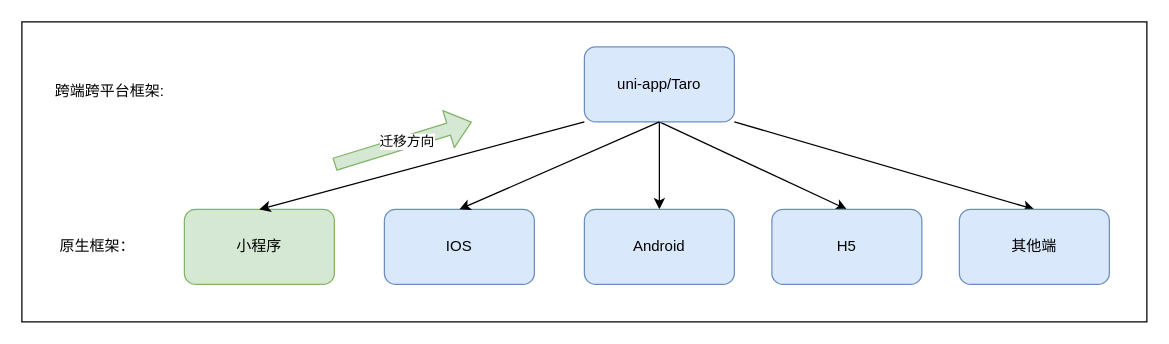
Above: Untitled Diagram1.drawio in lshunran/drawIO (draw.io), before the change. Source tidied: cells renumbered, new cells numbered last; positions are measured from the earlier drawing's top-left corner, leaving out a move shared by most shapes. Both pictures are drawn from the tidied source at 125%, with x=0, y=0 at pixel (21, 21).
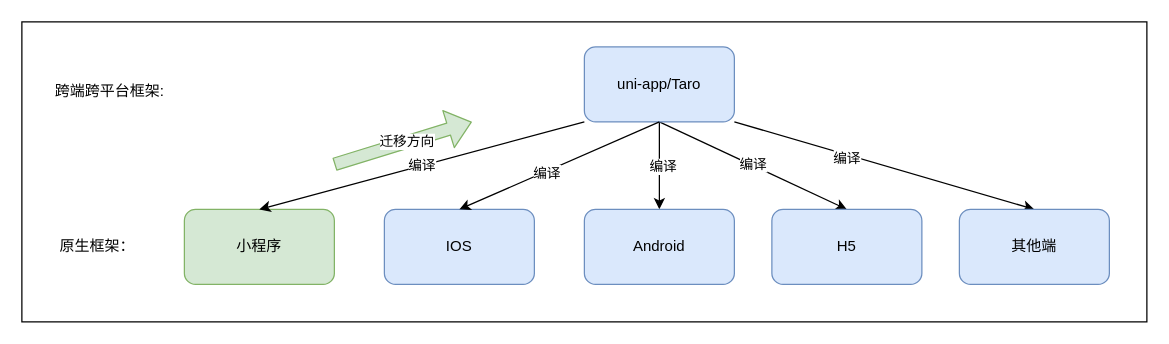
The same page after the edit.

The change refers to these unchanged cells:
```xml
<mxCell id="3" style="edgeStyle=none;rounded=0;jettySize=auto;html=1;" parent="1" edge="1" source="6" target="8">
  <mxGeometry relative="1" as="geometry" />
</mxCell>
<mxCell id="4" style="edgeStyle=none;rounded=0;jettySize=auto;html=1;exitX=0.5;exitY=1;exitDx=0;exitDy=0;entryX=0.5;entryY=0;entryDx=0;entryDy=0;" parent="1" edge="1" source="6" target="10">
  <mxGeometry relative="1" as="geometry" />
</mxCell>
<mxCell id="5" style="edgeStyle=none;rounded=0;jettySize=auto;html=1;exitX=1;exitY=1;exitDx=0;exitDy=0;entryX=0.5;entryY=0;entryDx=0;entryDy=0;" parent="1" edge="1" source="6" target="11">
  <mxGeometry relative="1" as="geometry" />
</mxCell>
<mxCell id="16" style="rounded=0;jettySize=auto;html=1;exitX=0;exitY=1;exitDx=0;exitDy=0;entryX=0.5;entryY=0;entryDx=0;entryDy=0;" parent="1" edge="1" source="6" target="7">
  <mxGeometry relative="1" as="geometry" />
</mxCell>
<mxCell id="17" style="edgeStyle=none;rounded=0;jettySize=auto;html=1;exitX=0.5;exitY=1;exitDx=0;exitDy=0;entryX=0.5;entryY=0;entryDx=0;entryDy=0;" parent="1" edge="1" source="6" target="9">
  <mxGeometry relative="1" as="geometry" />
</mxCell>
```

Diff of the diagram source:
```diff
@@
+    <mxCell id="18" value="编译" style="edgeLabel;html=1;align=center;verticalAlign=middle;" parent="3" vertex="1">
+      <mxGeometry y="2" relative="1" as="geometry" />
+    </mxCell>
@@
+    <mxCell id="19" value="编译" style="edgeLabel;html=1;align=center;verticalAlign=middle;" parent="4" vertex="1">
+      <mxGeometry x="-0.01" y="1" relative="1" as="geometry" />
+    </mxCell>
@@
+    <mxCell id="20" value="编译" style="edgeLabel;html=1;align=center;verticalAlign=middle;" parent="5" vertex="1">
+      <mxGeometry x="-0.25" y="-2" relative="1" as="geometry" />
+    </mxCell>
@@
+    <mxCell id="21" value="编译" style="edgeLabel;html=1;align=center;verticalAlign=middle;" parent="16" vertex="1">
+      <mxGeometry y="-1" relative="1" as="geometry" />
+    </mxCell>
@@
+    <mxCell id="22" value="编译" style="edgeLabel;html=1;align=center;verticalAlign=middle;" parent="17" vertex="1">
+      <mxGeometry x="0.13" y="1" relative="1" as="geometry" />
+    </mxCell>
```
